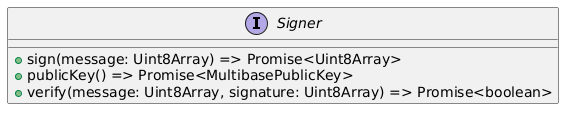
This is docs/modules/ROOT/images/signer-interface-diagram.png from Swiss-Digital-Assets-Institute/public-did-sdk-js, a PlantUML export, as it was before one commit. The source it was exported from:
```plantuml
@startuml
interface Signer {
  + sign(message: Uint8Array) => Promise<Uint8Array>
  + publicKey() => Promise<MultibasePublicKey>
  + verify(message: Uint8Array, signature: Uint8Array) => Promise<boolean>
}
@enduml
```
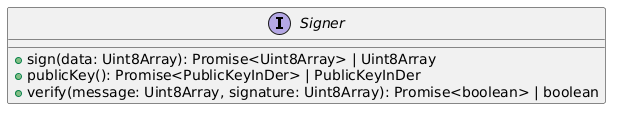
After the commit.

Diff of the diagram source:
```diff
@@ -1,7 +1,7 @@
 @startuml
 interface Signer {
-  + sign(message: Uint8Array) => Promise<Uint8Array>
-  + publicKey() => Promise<MultibasePublicKey>
-  + verify(message: Uint8Array, signature: Uint8Array) => Promise<boolean>
-}
+        +sign(data: Uint8Array): Promise<Uint8Array> | Uint8Array
+        +publicKey(): Promise<PublicKeyInDer> | PublicKeyInDer
+        +verify(message: Uint8Array, signature: Uint8Array): Promise<boolean> | boolean
+    }
 @enduml
```
